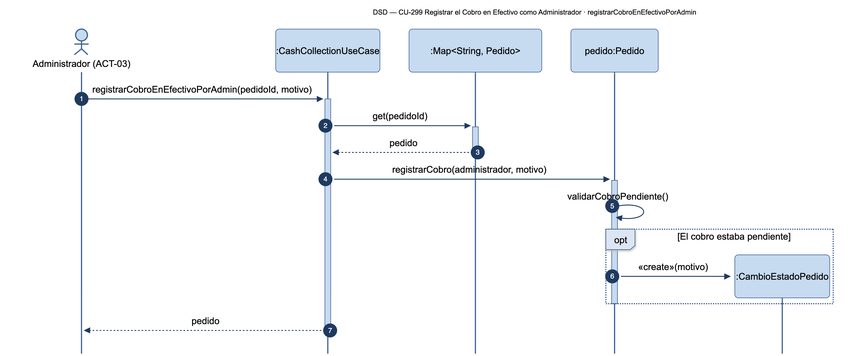
Above: diagramas/png/DSD_CU-299_registrarCobroEnEfectivoPorAdmin.png in Nahuelito-Dev/splg-docs (Mermaid), before the change. Its source is kept beside it as diagramas/DSD_CU-299_registrarCobroEnEfectivoPorAdmin.mmd.
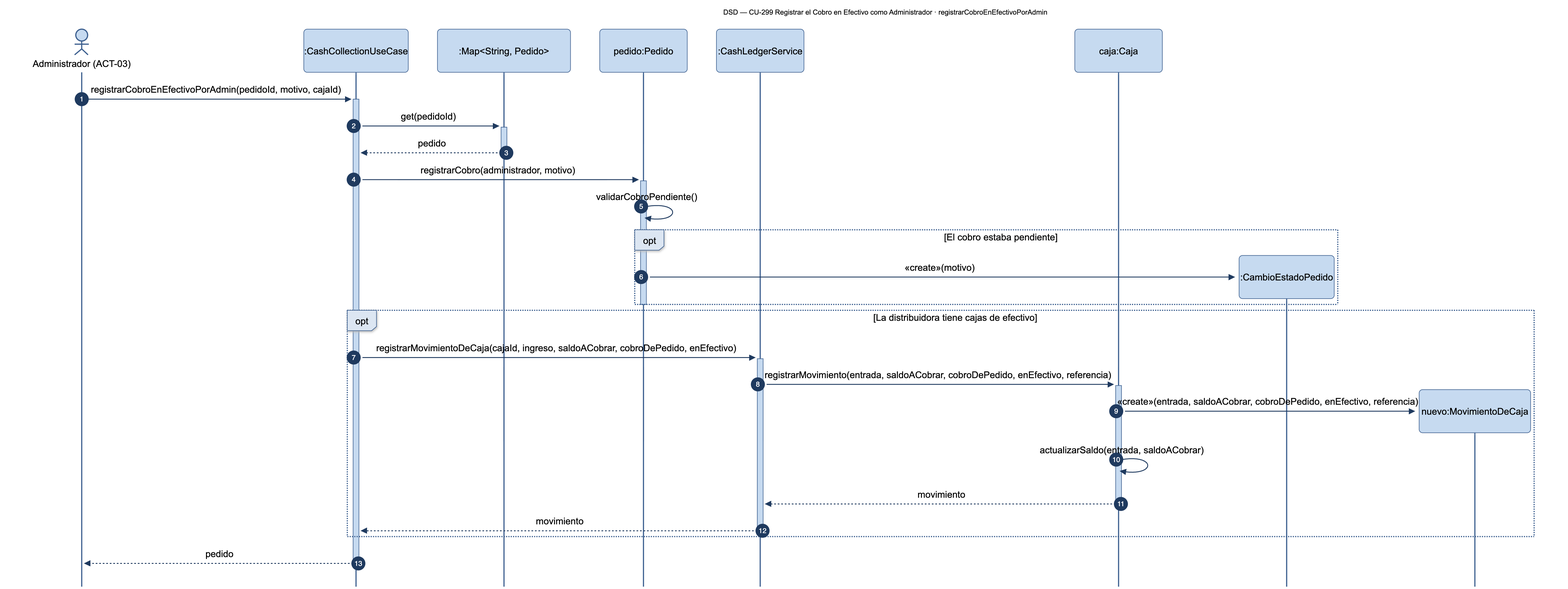
The same diagram one commit later.

Change to the diagram source:
```diff
@@ -5,8 +5,10 @@
     participant CCU as :CashCollectionUseCase
     participant PEDS as :Map#lt;String, Pedido#gt;
     participant PED as pedido:Pedido
+    participant LDG as :CashLedgerService
+    participant CAJ as caja:Caja
 
-    ADM->>+CCU: registrarCobroEnEfectivoPorAdmin(pedidoId, motivo)
+    ADM->>+CCU: registrarCobroEnEfectivoPorAdmin(pedidoId, motivo, cajaId)
     CCU->>+PEDS: get(pedidoId)
     PEDS-->>-CCU: pedido
     CCU->>+PED: registrarCobro(administrador, motivo)
@@ -16,4 +18,13 @@
         PED->>CAM: «create»(motivo)
     end
     deactivate PED
+    opt La distribuidora tiene cajas de efectivo
+        CCU->>+LDG: registrarMovimientoDeCaja(cajaId, ingreso, saldoACobrar, cobroDePedido, enEfectivo)
+        LDG->>+CAJ: registrarMovimiento(entrada, saldoACobrar, cobroDePedido, enEfectivo, referencia)
+        create participant NMO as nuevo:MovimientoDeCaja
+        CAJ->>NMO: «create»(entrada, saldoACobrar, cobroDePedido, enEfectivo, referencia)
+        CAJ->>CAJ: actualizarSaldo(entrada, saldoACobrar)
+        CAJ-->>-LDG: movimiento
+        LDG-->>-CCU: movimiento
+    end
     CCU-->>-ADM: pedido
```
